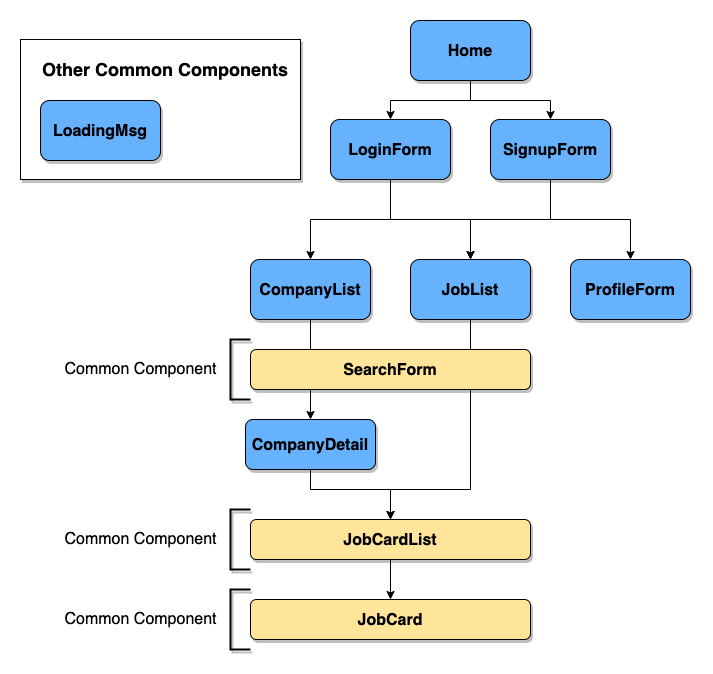
shaunwo/43-react-jobly keeps this draw.io diagram as React Jobly Components.png. Above is the earlier version. Source tidied: cells renumbered, new cells last; positions are measured from the earlier drawing's top-left corner, leaving out a move shared by most shapes.
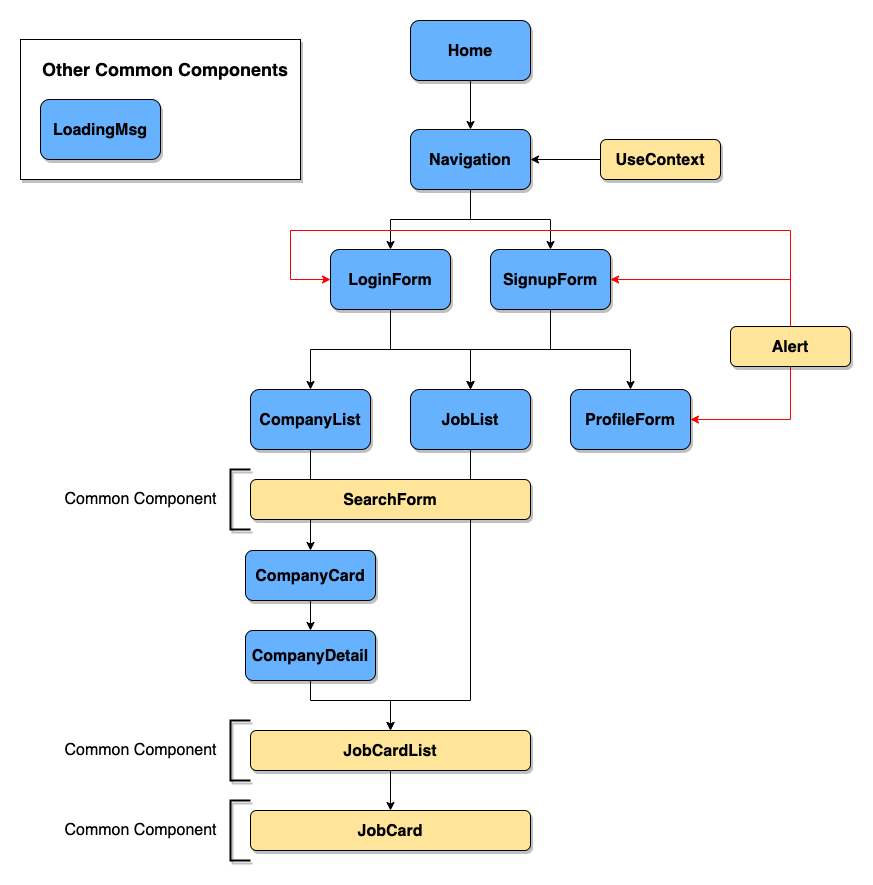
The same diagram one commit later.

Commit message:
Updated the diagram to account for ALL components

The edit, as a diff of the source:
```diff
@@ -2,12 +2,9 @@
   <root>
     <mxCell id="0" />
     <mxCell id="1" parent="0" />
-    <mxCell id="2" style="edgeStyle=orthogonalEdgeStyle;rounded=0;jettySize=auto;html=1;exitX=0.5;exitY=1;exitDx=0;exitDy=0;entryX=0.5;entryY=0;entryDx=0;entryDy=0;fontFamily=Helvetica;fontSize=16;" parent="1" edge="1" source="4" target="7">
-      <mxGeometry relative="1" as="geometry" />
-    </mxCell>
-    <mxCell id="3" style="edgeStyle=orthogonalEdgeStyle;rounded=0;jettySize=auto;html=1;exitX=0.5;exitY=1;exitDx=0;exitDy=0;entryX=0.5;entryY=0;entryDx=0;entryDy=0;fontFamily=Helvetica;fontSize=16;" parent="1" edge="1" source="4" target="10">
-      <mxGeometry relative="1" as="geometry" />
-    </mxCell>
+    <mxCell id="31" style="edgeStyle=orthogonalEdgeStyle;rounded=0;jettySize=auto;html=1;exitX=0.5;exitY=1;exitDx=0;exitDy=0;entryX=0.5;entryY=0;entryDx=0;entryDy=0;" parent="1" edge="1" source="4" target="35">
+      <mxGeometry relative="1" as="geometry" />
+    </mxCell>
     <mxCell id="4" value="&lt;b&gt;&lt;font style=&quot;font-size: 16px;&quot;&gt;Home&lt;/font&gt;&lt;/b&gt;" style="rounded=1;whiteSpace=wrap;html=1;fontFamily=Helvetica;fontSize=18;fillColor=#66B2FF;shadow=1;" parent="1" vertex="1">
       <mxGeometry x="390" width="120" height="60" as="geometry" />
     </mxCell>
@@ -18,7 +15,7 @@
       <mxGeometry relative="1" as="geometry" />
     </mxCell>
     <mxCell id="7" value="&lt;b&gt;&lt;font style=&quot;font-size: 16px;&quot;&gt;LoginForm&lt;/font&gt;&lt;/b&gt;" style="rounded=1;whiteSpace=wrap;html=1;fontFamily=Helvetica;fontSize=18;fillColor=#66B2FF;shadow=1;" parent="1" vertex="1">
-      <mxGeometry x="310" y="99" width="120" height="60" as="geometry" />
+      <mxGeometry x="310" y="229" width="120" height="60" as="geometry" />
     </mxCell>
     <mxCell id="8" style="edgeStyle=orthogonalEdgeStyle;rounded=0;jettySize=auto;html=1;exitX=0.5;exitY=1;exitDx=0;exitDy=0;entryX=0.5;entryY=0;entryDx=0;entryDy=0;fontFamily=Helvetica;fontSize=16;" parent="1" edge="1" source="10" target="14">
       <mxGeometry relative="1" as="geometry" />
@@ -27,77 +24,116 @@
       <mxGeometry relative="1" as="geometry" />
     </mxCell>
     <mxCell id="10" value="&lt;b&gt;&lt;font style=&quot;font-size: 16px;&quot;&gt;SignupForm&lt;/font&gt;&lt;/b&gt;" style="rounded=1;whiteSpace=wrap;html=1;fontFamily=Helvetica;fontSize=18;fillColor=#66B2FF;shadow=1;" parent="1" vertex="1">
-      <mxGeometry x="470" y="99" width="120" height="60" as="geometry" />
+      <mxGeometry x="470" y="229" width="120" height="60" as="geometry" />
     </mxCell>
-    <mxCell id="11" style="edgeStyle=orthogonalEdgeStyle;rounded=0;jettySize=auto;html=1;exitX=0.5;exitY=1;exitDx=0;exitDy=0;entryX=0.5;entryY=0;entryDx=0;entryDy=0;fontFamily=Helvetica;fontSize=16;" parent="1" edge="1" source="12" target="20">
+    <mxCell id="11" style="edgeStyle=orthogonalEdgeStyle;rounded=0;jettySize=auto;html=1;exitX=0.5;exitY=1;exitDx=0;exitDy=0;entryX=0.5;entryY=0;entryDx=0;entryDy=0;fontFamily=Helvetica;fontSize=16;startArrow=none;" parent="1" edge="1" source="42" target="20">
       <mxGeometry relative="1" as="geometry" />
     </mxCell>
+    <mxCell id="32" style="edgeStyle=orthogonalEdgeStyle;rounded=0;jettySize=auto;html=1;exitX=0.5;exitY=1;exitDx=0;exitDy=0;entryX=0.5;entryY=0;entryDx=0;entryDy=0;strokeColor=#000000;" parent="1" edge="1" source="12" target="42">
+      <mxGeometry relative="1" as="geometry" />
+    </mxCell>
     <mxCell id="12" value="&lt;b&gt;&lt;font style=&quot;font-size: 16px;&quot;&gt;CompanyList&lt;/font&gt;&lt;/b&gt;" style="rounded=1;whiteSpace=wrap;html=1;fontFamily=Helvetica;fontSize=18;fillColor=#66B2FF;shadow=1;" parent="1" vertex="1">
-      <mxGeometry x="230" y="239" width="120" height="60" as="geometry" />
+      <mxGeometry x="230" y="369" width="120" height="60" as="geometry" />
     </mxCell>
     <mxCell id="13" style="edgeStyle=orthogonalEdgeStyle;rounded=0;jettySize=auto;html=1;exitX=0.5;exitY=1;exitDx=0;exitDy=0;entryX=0.5;entryY=0;entryDx=0;entryDy=0;fontFamily=Helvetica;fontSize=16;" parent="1" edge="1" source="14" target="22">
       <mxGeometry relative="1" as="geometry">
         <Array as="points">
-          <mxPoint x="450" y="469" />
-          <mxPoint x="370" y="469" />
+          <mxPoint x="450" y="680" />
+          <mxPoint x="370" y="680" />
         </Array>
       </mxGeometry>
     </mxCell>
     <mxCell id="14" value="&lt;b&gt;&lt;font style=&quot;font-size: 16px;&quot;&gt;JobList&lt;/font&gt;&lt;/b&gt;" style="rounded=1;whiteSpace=wrap;html=1;fontFamily=Helvetica;fontSize=18;fillColor=#66B2FF;shadow=1;" parent="1" vertex="1">
-      <mxGeometry x="390" y="239" width="120" height="60" as="geometry" />
+      <mxGeometry x="390" y="369" width="120" height="60" as="geometry" />
     </mxCell>
     <mxCell id="15" value="&lt;b&gt;&lt;font style=&quot;font-size: 16px;&quot;&gt;ProfileForm&lt;/font&gt;&lt;/b&gt;" style="rounded=1;whiteSpace=wrap;html=1;fontFamily=Helvetica;fontSize=18;fillColor=#66B2FF;shadow=1;" parent="1" vertex="1">
-      <mxGeometry x="550" y="239" width="120" height="60" as="geometry" />
+      <mxGeometry x="550" y="369" width="120" height="60" as="geometry" />
     </mxCell>
     <mxCell id="16" value="&lt;b&gt;&lt;font style=&quot;font-size: 16px;&quot;&gt;SearchForm&lt;/font&gt;&lt;/b&gt;" style="rounded=1;whiteSpace=wrap;html=1;fontFamily=Helvetica;fontSize=18;fillColor=#FFE599;shadow=1;" parent="1" vertex="1">
-      <mxGeometry x="230" y="329" width="280" height="40" as="geometry" />
+      <mxGeometry x="230" y="459" width="280" height="40" as="geometry" />
     </mxCell>
     <mxCell id="17" style="strokeWidth=2;html=1;shape=mxgraph.flowchart.annotation_1;align=left;shadow=1;fontFamily=Helvetica;fontSize=16;fillColor=#FFE599;" parent="1" vertex="1">
-      <mxGeometry x="210" y="319" width="20" height="60" as="geometry" />
+      <mxGeometry x="210" y="449" width="20" height="60" as="geometry" />
     </mxCell>
     <mxCell id="18" value="Common Component" style="text;html=1;align=center;verticalAlign=middle;strokeColor=none;fillColor=none;fontSize=16;fontFamily=Helvetica;" parent="1" vertex="1">
-      <mxGeometry x="30" y="334" width="180" height="30" as="geometry" />
+      <mxGeometry x="30" y="464" width="180" height="30" as="geometry" />
     </mxCell>
     <mxCell id="19" style="edgeStyle=orthogonalEdgeStyle;rounded=0;jettySize=auto;html=1;exitX=0.5;exitY=1;exitDx=0;exitDy=0;entryX=0.5;entryY=0;entryDx=0;entryDy=0;fontFamily=Helvetica;fontSize=16;" parent="1" edge="1" source="20" target="22">
       <mxGeometry relative="1" as="geometry">
         <Array as="points">
-          <mxPoint x="290" y="469" />
-          <mxPoint x="370" y="469" />
+          <mxPoint x="290" y="680" />
+          <mxPoint x="370" y="680" />
         </Array>
       </mxGeometry>
     </mxCell>
     <mxCell id="20" value="&lt;b&gt;&lt;font style=&quot;font-size: 16px;&quot;&gt;CompanyDetail&lt;/font&gt;&lt;/b&gt;" style="rounded=1;whiteSpace=wrap;html=1;fontFamily=Helvetica;fontSize=18;fillColor=#66B2FF;shadow=1;" parent="1" vertex="1">
-      <mxGeometry x="225" y="399" width="130" height="50" as="geometry" />
+      <mxGeometry x="225" y="610" width="130" height="50" as="geometry" />
     </mxCell>
     <mxCell id="21" style="edgeStyle=orthogonalEdgeStyle;rounded=0;jettySize=auto;html=1;exitX=0.5;exitY=1;exitDx=0;exitDy=0;entryX=0.5;entryY=0;entryDx=0;entryDy=0;fontFamily=Helvetica;fontSize=16;" parent="1" edge="1" source="22" target="25">
       <mxGeometry relative="1" as="geometry" />
     </mxCell>
     <mxCell id="22" value="&lt;b&gt;&lt;font style=&quot;font-size: 16px;&quot;&gt;JobCardList&lt;/font&gt;&lt;/b&gt;" style="rounded=1;whiteSpace=wrap;html=1;fontFamily=Helvetica;fontSize=18;fillColor=#FFE599;shadow=1;" parent="1" vertex="1">
-      <mxGeometry x="230" y="499" width="280" height="40" as="geometry" />
+      <mxGeometry x="230" y="710" width="280" height="40" as="geometry" />
     </mxCell>
     <mxCell id="23" style="strokeWidth=2;html=1;shape=mxgraph.flowchart.annotation_1;align=left;shadow=1;fontFamily=Helvetica;fontSize=16;fillColor=#FFE599;" parent="1" vertex="1">
-      <mxGeometry x="210" y="489" width="20" height="60" as="geometry" />
+      <mxGeometry x="210" y="700" width="20" height="60" as="geometry" />
     </mxCell>
     <mxCell id="24" value="Common Component" style="text;html=1;align=center;verticalAlign=middle;strokeColor=none;fillColor=none;fontSize=16;fontFamily=Helvetica;" parent="1" vertex="1">
-      <mxGeometry x="30" y="504" width="180" height="30" as="geometry" />
+      <mxGeometry x="30" y="715" width="180" height="30" as="geometry" />
     </mxCell>
     <mxCell id="25" value="&lt;b&gt;&lt;font style=&quot;font-size: 16px;&quot;&gt;JobCard&lt;/font&gt;&lt;/b&gt;" style="rounded=1;whiteSpace=wrap;html=1;fontFamily=Helvetica;fontSize=18;fillColor=#FFE599;shadow=1;" parent="1" vertex="1">
-      <mxGeometry x="230" y="579" width="280" height="40" as="geometry" />
+      <mxGeometry x="230" y="790" width="280" height="40" as="geometry" />
     </mxCell>
     <mxCell id="26" style="strokeWidth=2;html=1;shape=mxgraph.flowchart.annotation_1;align=left;shadow=1;fontFamily=Helvetica;fontSize=16;fillColor=#FFE599;" parent="1" vertex="1">
-      <mxGeometry x="210" y="569" width="20" height="60" as="geometry" />
+      <mxGeometry x="210" y="780" width="20" height="60" as="geometry" />
     </mxCell>
     <mxCell id="27" value="Common Component" style="text;html=1;align=center;verticalAlign=middle;strokeColor=none;fillColor=none;fontSize=16;fontFamily=Helvetica;" parent="1" vertex="1">
-      <mxGeometry x="30" y="584" width="180" height="30" as="geometry" />
+      <mxGeometry x="30" y="795" width="180" height="30" as="geometry" />
     </mxCell>
     <mxCell id="28" style="whiteSpace=wrap;html=1;shadow=1;strokeColor=#000000;fontFamily=Helvetica;fontSize=16;fillColor=#FFFFFF;" parent="1" vertex="1">
       <mxGeometry y="19" width="280" height="140" as="geometry" />
     </mxCell>
     <mxCell id="29" value="&lt;b&gt;&lt;font style=&quot;font-size: 16px;&quot;&gt;LoadingMsg&lt;/font&gt;&lt;/b&gt;" style="rounded=1;whiteSpace=wrap;html=1;fontFamily=Helvetica;fontSize=18;fillColor=#66B2FF;shadow=1;" parent="1" vertex="1">
-      <mxGeometry x="20" y="80" width="120" height="60" as="geometry" />
+      <mxGeometry x="20" y="79" width="120" height="60" as="geometry" />
     </mxCell>
     <mxCell id="30" value="&lt;b&gt;&lt;font style=&quot;font-size: 18px;&quot;&gt;Other Common Components&lt;/font&gt;&lt;/b&gt;" style="text;html=1;strokeColor=none;fillColor=none;align=left;verticalAlign=middle;whiteSpace=wrap;rounded=0;shadow=1;fontFamily=Helvetica;fontSize=16;" parent="1" vertex="1">
       <mxGeometry x="20" y="35" width="250" height="30" as="geometry" />
     </mxCell>
+    <mxCell id="33" style="edgeStyle=orthogonalEdgeStyle;rounded=0;jettySize=auto;html=1;exitX=0.5;exitY=1;exitDx=0;exitDy=0;entryX=0.5;entryY=0;entryDx=0;entryDy=0;strokeColor=#000000;" parent="1" edge="1" source="35" target="7">
+      <mxGeometry relative="1" as="geometry" />
+    </mxCell>
+    <mxCell id="34" style="edgeStyle=orthogonalEdgeStyle;rounded=0;jettySize=auto;html=1;exitX=0.5;exitY=1;exitDx=0;exitDy=0;entryX=0.5;entryY=0;entryDx=0;entryDy=0;strokeColor=#000000;" parent="1" edge="1" source="35" target="10">
+      <mxGeometry relative="1" as="geometry" />
+    </mxCell>
+    <mxCell id="35" value="&lt;b&gt;&lt;font style=&quot;font-size: 16px;&quot;&gt;Navigation&lt;/font&gt;&lt;/b&gt;" style="rounded=1;whiteSpace=wrap;html=1;fontFamily=Helvetica;fontSize=18;fillColor=#66B2FF;shadow=1;" parent="1" vertex="1">
+      <mxGeometry x="390" y="109" width="120" height="60" as="geometry" />
+    </mxCell>
+    <mxCell id="36" style="edgeStyle=orthogonalEdgeStyle;rounded=0;jettySize=auto;html=1;exitX=0;exitY=0.5;exitDx=0;exitDy=0;entryX=1;entryY=0.5;entryDx=0;entryDy=0;" parent="1" edge="1" source="37" target="35">
+      <mxGeometry relative="1" as="geometry" />
+    </mxCell>
+    <mxCell id="37" value="&lt;b&gt;&lt;font style=&quot;font-size: 16px;&quot;&gt;UseContext&lt;/font&gt;&lt;/b&gt;" style="rounded=1;whiteSpace=wrap;html=1;fontFamily=Helvetica;fontSize=18;fillColor=#FFE599;shadow=1;" parent="1" vertex="1">
+      <mxGeometry x="580" y="119" width="120" height="40" as="geometry" />
+    </mxCell>
+    <mxCell id="38" style="edgeStyle=orthogonalEdgeStyle;rounded=0;jettySize=auto;html=1;exitX=0.5;exitY=1;exitDx=0;exitDy=0;entryX=1;entryY=0.5;entryDx=0;entryDy=0;strokeColor=#FF0000;" parent="1" edge="1" source="41" target="15">
+      <mxGeometry relative="1" as="geometry" />
+    </mxCell>
+    <mxCell id="39" style="edgeStyle=orthogonalEdgeStyle;rounded=0;jettySize=auto;html=1;exitX=0.5;exitY=0;exitDx=0;exitDy=0;entryX=1;entryY=0.5;entryDx=0;entryDy=0;strokeColor=#FF0000;" parent="1" edge="1" source="41" target="10">
+      <mxGeometry relative="1" as="geometry" />
+    </mxCell>
+    <mxCell id="40" style="edgeStyle=orthogonalEdgeStyle;rounded=0;jettySize=auto;html=1;exitX=0.5;exitY=0;exitDx=0;exitDy=0;entryX=0;entryY=0.5;entryDx=0;entryDy=0;strokeColor=#FF0000;" parent="1" edge="1" source="41" target="7">
+      <mxGeometry relative="1" as="geometry">
+        <Array as="points">
+          <mxPoint x="770" y="210" />
+          <mxPoint x="270" y="210" />
+          <mxPoint x="270" y="259" />
+        </Array>
+      </mxGeometry>
+    </mxCell>
+    <mxCell id="41" value="&lt;b&gt;&lt;font style=&quot;font-size: 16px;&quot;&gt;Alert&lt;/font&gt;&lt;/b&gt;" style="rounded=1;whiteSpace=wrap;html=1;fontFamily=Helvetica;fontSize=18;fillColor=#FFE599;shadow=1;" parent="1" vertex="1">
+      <mxGeometry x="710" y="306" width="120" height="40" as="geometry" />
+    </mxCell>
+    <mxCell id="42" value="&lt;b&gt;&lt;font style=&quot;font-size: 16px;&quot;&gt;CompanyCard&lt;/font&gt;&lt;/b&gt;" style="rounded=1;whiteSpace=wrap;html=1;fontFamily=Helvetica;fontSize=18;fillColor=#66B2FF;shadow=1;" parent="1" vertex="1">
+      <mxGeometry x="225" y="530" width="130" height="50" as="geometry" />
+    </mxCell>
   </root>
 </mxGraphModel>
```
